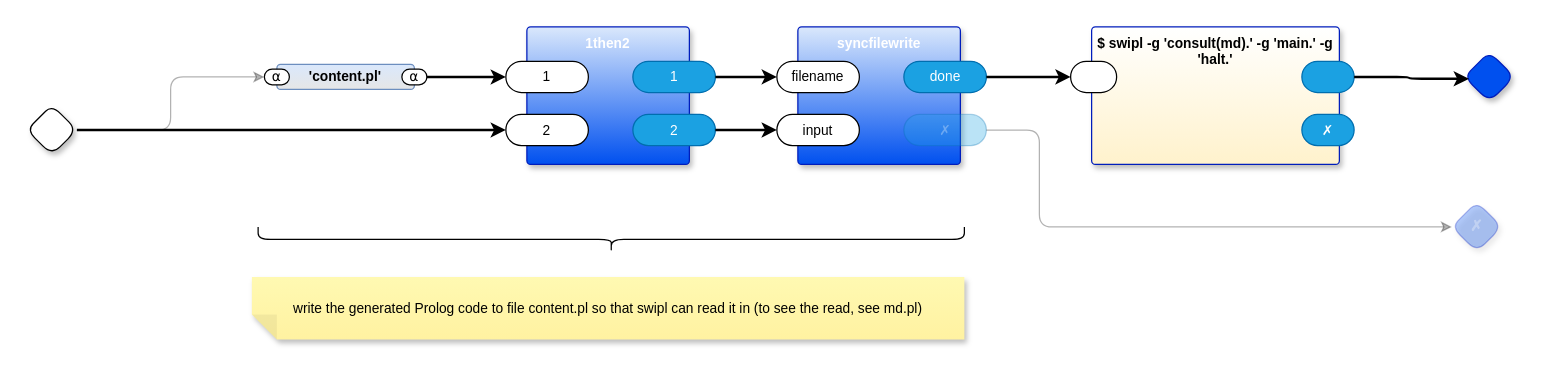
Above: page "Generate Markdown" (6 of 8) of kinopio2md.drawio in guitarvydas/kinopio2md (draw.io), before the change. Source tidied: cells renumbered, new cells numbered last; positions are measured from the earlier drawing's top-left corner, leaving out a move shared by most shapes. Both pictures are drawn from the tidied source at 125%, with x=0, y=0 at pixel (26, -114).
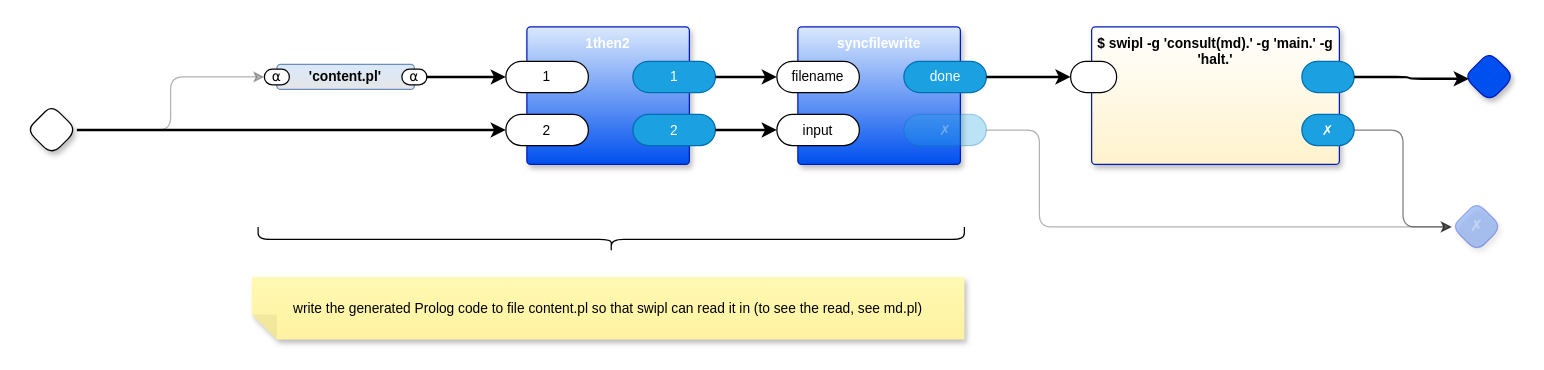
The same diagram, later.

The change refers to these unchanged cells:
```xml
<mxCell id="20" value="✗" style="rounded=1;whiteSpace=wrap;html=1;sketch=0;points=[[0,0.5,0,0,0],[1,0.5,0,0,0]];fillColor=#1ba1e2;fontColor=#ffffff;strokeColor=#006EAF;arcSize=50;fontFamily=Helvetica;fontSize=11;labelBackgroundColor=none;" parent="17" vertex="1">
  <mxGeometry x="168.2" y="70" width="41.8" height="25" as="geometry" />
</mxCell>
<mxCell id="31" value="✗" style="rhombus;whiteSpace=wrap;html=1;rounded=1;fillColor=#0050ef;fontColor=#ffffff;strokeColor=#001DBC;fontStyle=1;glass=0;sketch=0;fontSize=12;points=[[0,0.5,0,0,0],[0.5,0,0,0,0],[0.5,1,0,0,0],[1,0.5,0,0,0]];shadow=1;opacity=30;textOpacity=30;fontFamily=Helvetica;labelBackgroundColor=none;" parent="1" vertex="1">
  <mxGeometry x="1140" y="252" width="40" height="40" as="geometry" />
</mxCell>
```

What changed in the source:
```diff
@@
+    <mxCell id="32" style="edgeStyle=orthogonalEdgeStyle;rounded=1;jettySize=auto;html=1;exitX=1;exitY=0.5;exitDx=0;exitDy=0;exitPerimeter=0;entryX=0;entryY=0.5;entryDx=0;entryDy=0;entryPerimeter=0;curved=0;opacity=50;" parent="1" edge="1" source="20" target="31">
+      <mxGeometry relative="1" as="geometry" />
+    </mxCell>
```
